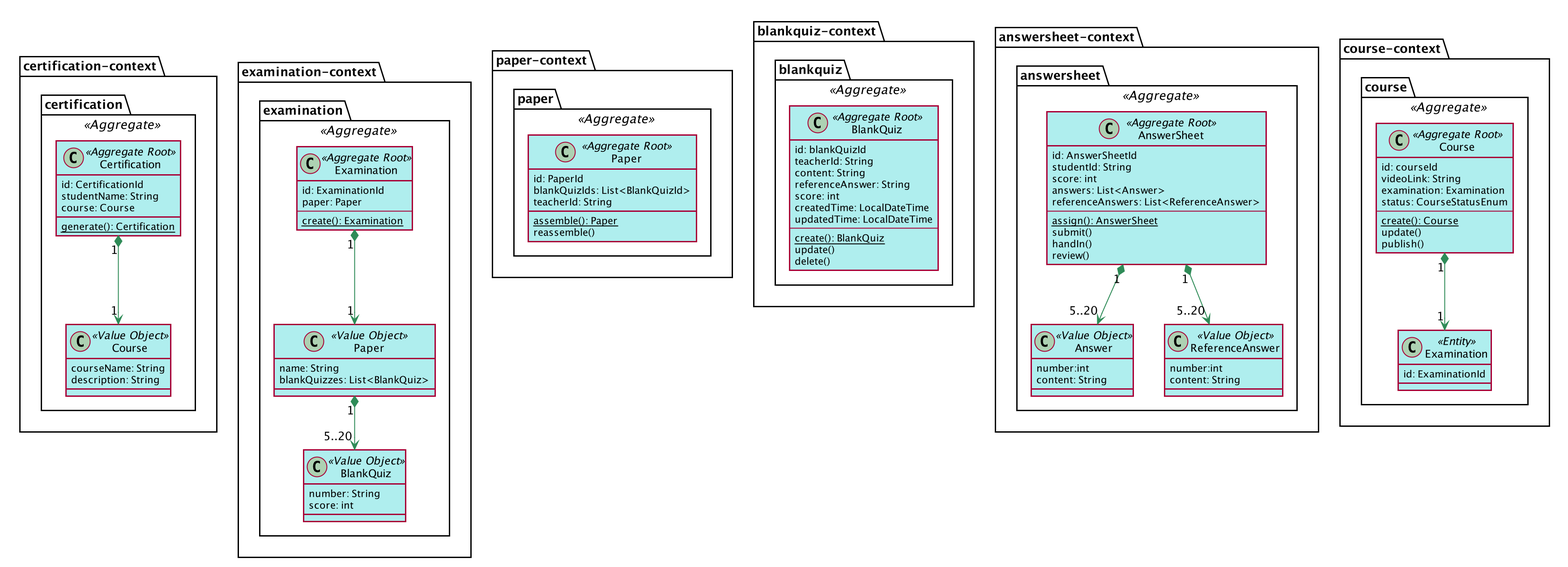
DDD-Bootcamp/exam-plantform-hexagonal keeps this PlantUML diagram as design/domain_model/exam_model.png. Above is the earlier version.
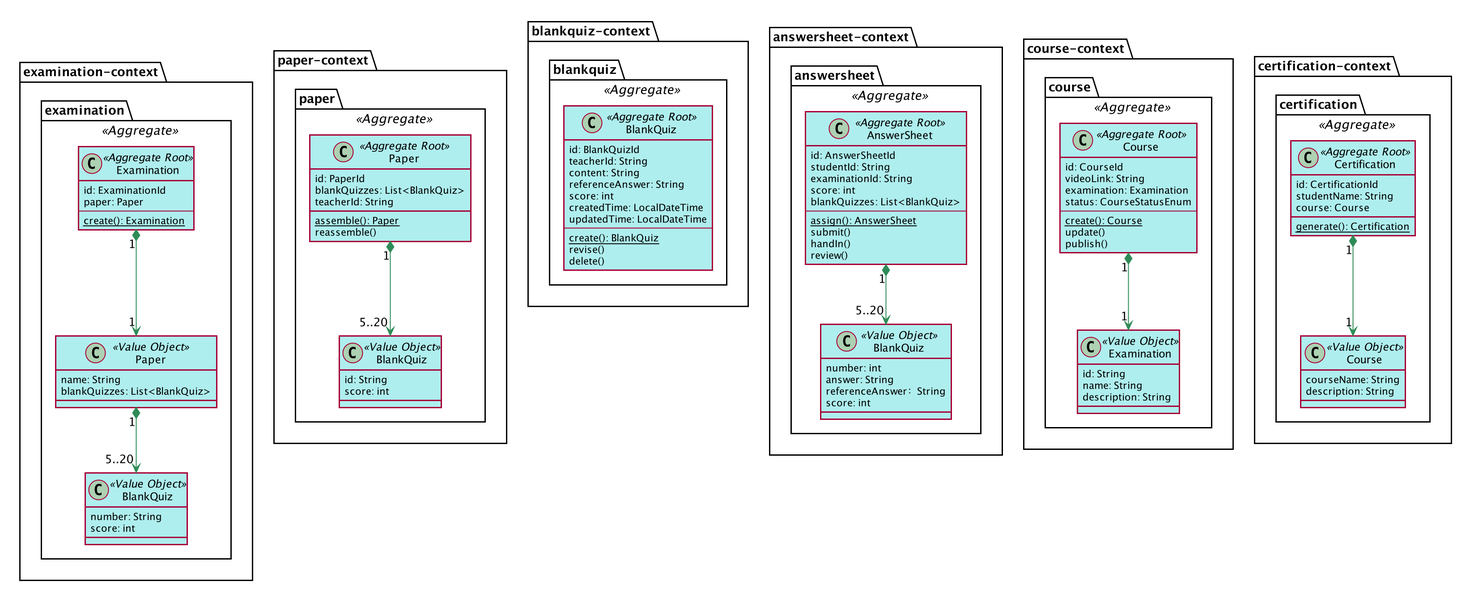
The same diagram one commit later.

Commit message:
change exam model puml

Diff of the diagram source:
```diff
@@ -3,22 +3,6 @@
 skinparam class {
     BackgroundColor PaleTurquoise
     ArrowColor SeaGreen
-}
-
-package certification-context {
-    package certification <<Aggregate>> {
-        class Certification <<Aggregate Root>> {
-            id: CertificationId
-            studentName: String
-            course: Course
-            {static} generate(): Certification
-        }
-        class "Course" as cc <<Value Object>> {
-            courseName: String
-            description: String
-        }
-        Certification "1" *--> "1" cc
-    }
 }
 
 package examination-context {
@@ -46,18 +30,24 @@
     package paper <<Aggregate>> {
         class Paper <<Aggregate Root>> {
             id: PaperId
-            blankQuizIds: List<BlankQuizId>
+            blankQuizzes: List<BlankQuiz>
             teacherId: String
             {static} assemble(): Paper
             reassemble()
         }
+
+        class "BlankQuiz" as pbq <<Value Object>> {
+                    id: String
+                    score: int
+                }
+        Paper "1" *--> "5..20" pbq
     }
 }
 
 package blankquiz-context {
     package blankquiz <<Aggregate>> {
         class BlankQuiz <<Aggregate Root>> {
-            id: blankQuizId
+            id: BlankQuizId
             teacherId: String
             content: String
             referenceAnswer: String
@@ -66,7 +56,7 @@
             updatedTime: LocalDateTime
             --
             {static} create(): BlankQuiz
-            update()
+            revise()
             delete()
         }
     }
@@ -77,9 +67,9 @@
         class AnswerSheet <<Aggregate Root>> {
             id: AnswerSheetId
             studentId: String
+            examinationId: String
             score: int
-            answers: List<Answer>
-            referenceAnswers: List<ReferenceAnswer>
+            blankQuizzes: List<BlankQuiz>
             --
             {static} assign(): AnswerSheet
             submit()
@@ -87,24 +77,22 @@
             review()
         }
 
-        class Answer <<Value Object>> {
-        number:int
-        content: String
-        }
-        class ReferenceAnswer <<Value Object>> {
-         number:int
-                content: String
+        class "BlankQuiz" as ebb <<Value Object>> {
+        number: int
+        answer: String
+        referenceAnswer：String
+        score: int
         }
 
-        AnswerSheet "1" *--> "5..20" Answer
-        AnswerSheet "1" *--> "5..20" ReferenceAnswer
+
+        AnswerSheet "1" *--> "5..20" ebb
     }
 }
 
 package course-context {
     package course <<Aggregate>> {
         class Course <<Aggregate Root>> {
-            id: courseId
+            id: CourseId
             videoLink: String
             examination: Examination
             status: CourseStatusEnum
@@ -114,16 +102,29 @@
             publish()
         }
 
-        class "Examination" as ce <<Entity>> {
-            id: ExaminationId
+        class "Examination" as ce <<Value Object>> {
+            id: String
+            name: String
+            description: String
         }
         Course "1" *--> "1" ce
     }
 }
 
-
-
-
-
+package certification-context {
+    package certification <<Aggregate>> {
+        class Certification <<Aggregate Root>> {
+            id: CertificationId
+            studentName: String
+            course: Course
+            {static} generate(): Certification
+        }
+        class "Course" as cc <<Value Object>> {
+            courseName: String
+            description: String
+        }
+        Certification "1" *--> "1" cc
+    }
+}
 
 @enduml
```
